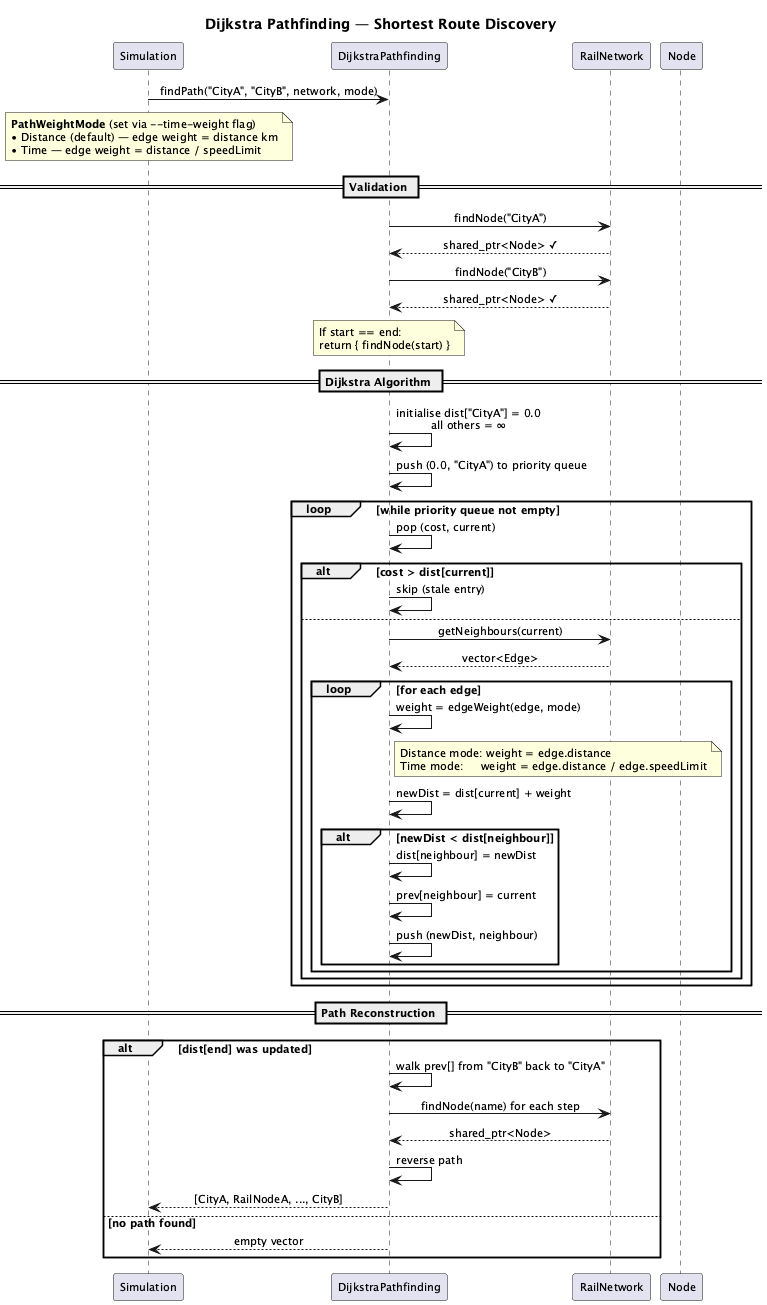
The PlantUML diagram docs/diagrams/sequence_pathfinding.png in abaiao-r/Module_05_Train_yourself, before a commit.
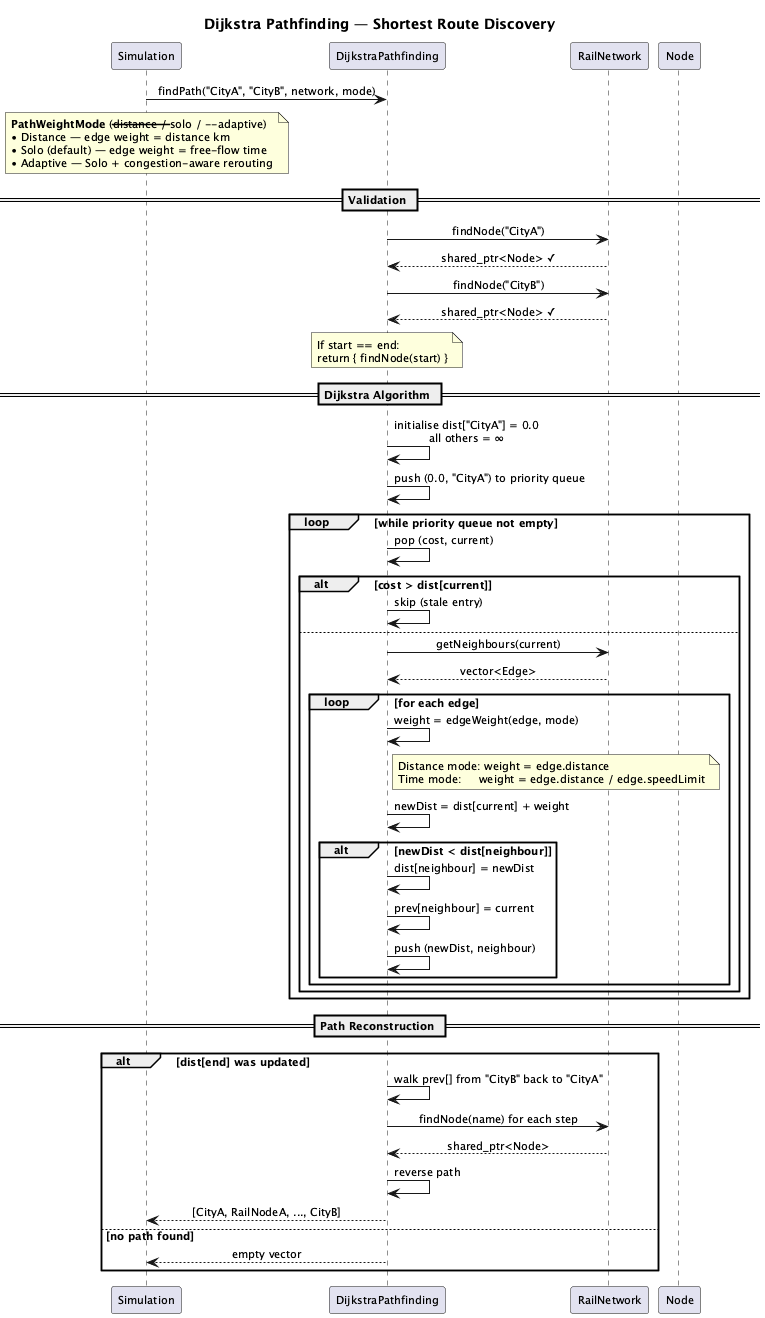
The same file after the commit.

The edit, as a diff of the source:
```diff
@@ -14,9 +14,10 @@
 Sim -> Dijk : findPath("CityA", "CityB", network, mode)
 
 note over Sim
-    **PathWeightMode** (set via --time-weight flag)
-    • Distance (default) — edge weight = distance km
-    • Time — edge weight = distance / speedLimit
+    **PathWeightMode** (--distance / --solo / --adaptive)
+    • Distance — edge weight = distance km
+    • Solo (default) — edge weight = free-flow time
+    • Adaptive — Solo + congestion-aware rerouting
 end note
 
 == Validation ==
```
